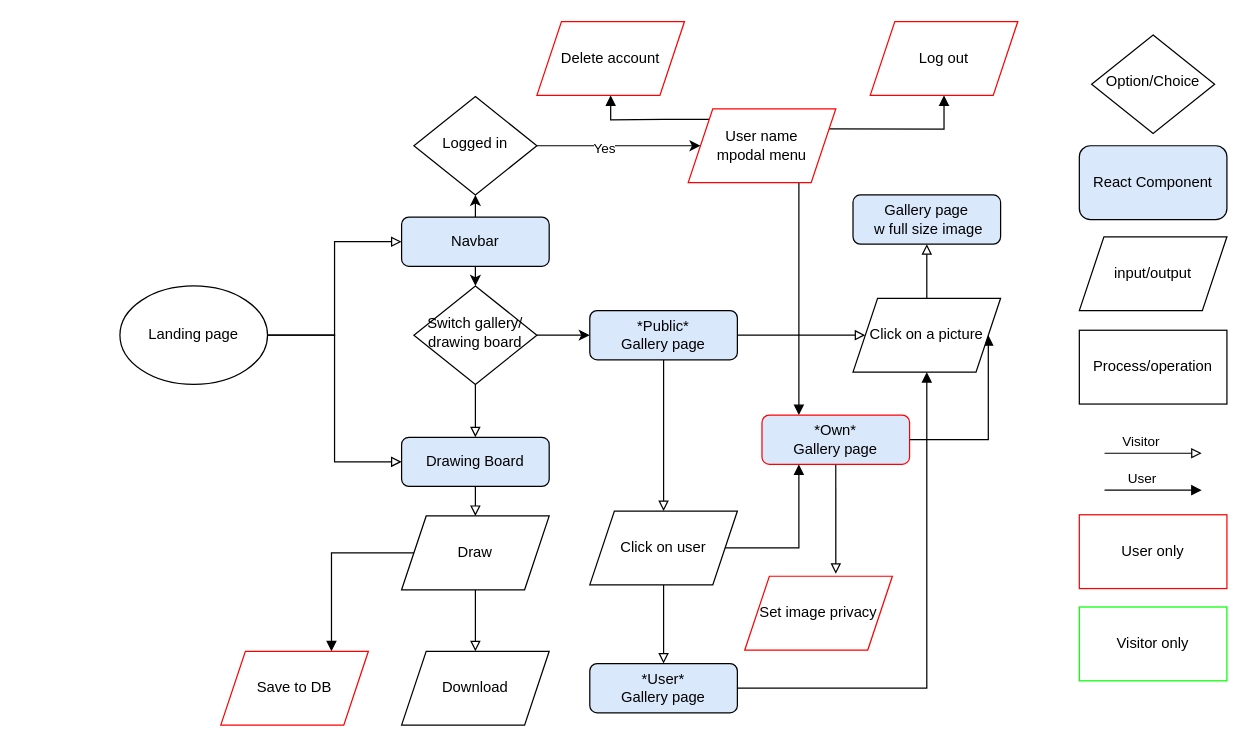
damien-rembert/diagrams keeps this draw.io diagram as page "Everything user" (4 of 6) of pixel/user_stories.drawio. Above is the earlier version. Source tidied: cells renumbered, new cells numbered last; positions are measured from the earlier drawing's top-left corner, leaving out a move shared by most shapes. Both pictures are drawn from the tidied source at 123%, with x=0, y=0 at pixel (119, 21).
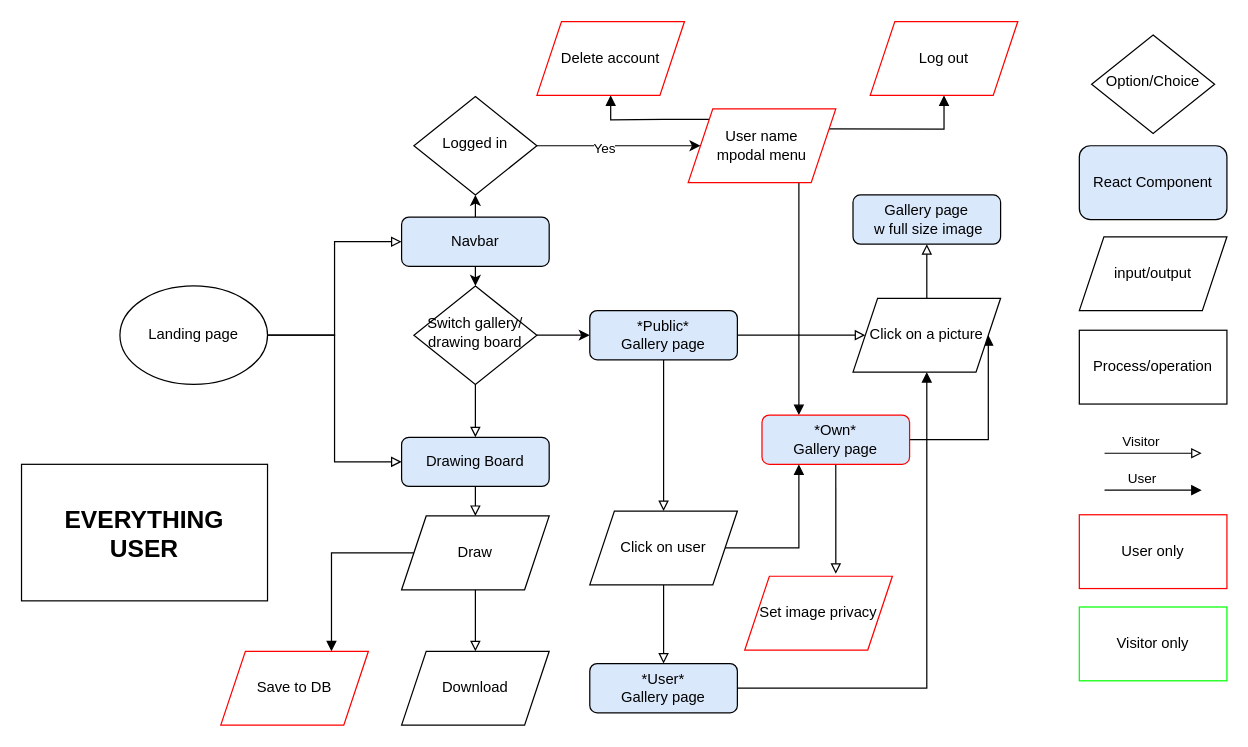
The same page after the edit.

Change to the diagram source:
```diff
@@
+    <mxCell id="52" value="&lt;div style=&quot;font-size: 20px&quot;&gt;&lt;b&gt;&lt;font style=&quot;font-size: 20px&quot;&gt;EVERYTHING&lt;/font&gt;&lt;/b&gt;&lt;/div&gt;&lt;div style=&quot;font-size: 20px&quot;&gt;&lt;b&gt;&lt;font style=&quot;font-size: 20px&quot;&gt;USER&lt;br&gt;&lt;/font&gt;&lt;/b&gt;&lt;/div&gt;" style="rounded=0;whiteSpace=wrap;html=1;" parent="1" vertex="1">
+      <mxGeometry x="-80" y="360" width="200" height="111" as="geometry" />
+    </mxCell>
```
